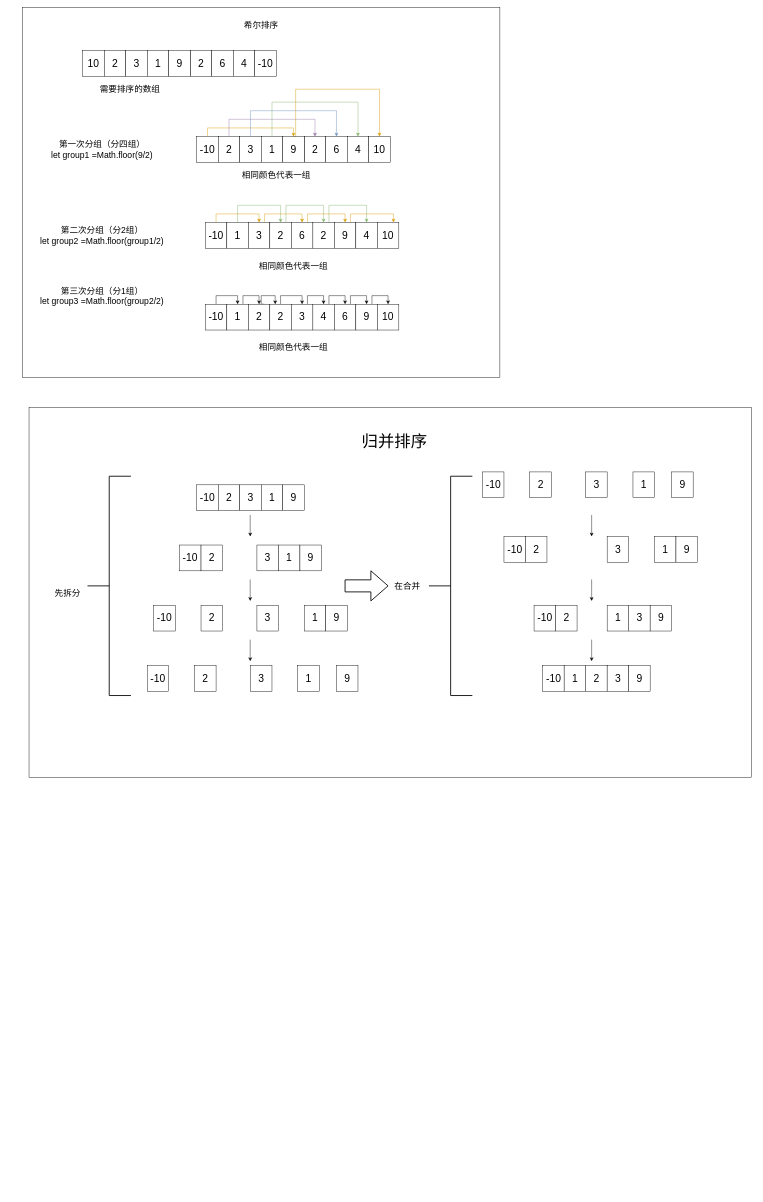
This is docs/process-graph/algorithm.drawio from huskyAreYouScared/blog, a draw.io file, before an edit. Source tidied: cells renumbered, new cells numbered last; positions are measured from the earlier drawing's top-left corner, leaving out a move shared by most shapes. Both pictures are drawn from the tidied source at 43%, with x=0, y=0 at pixel (7, 7).
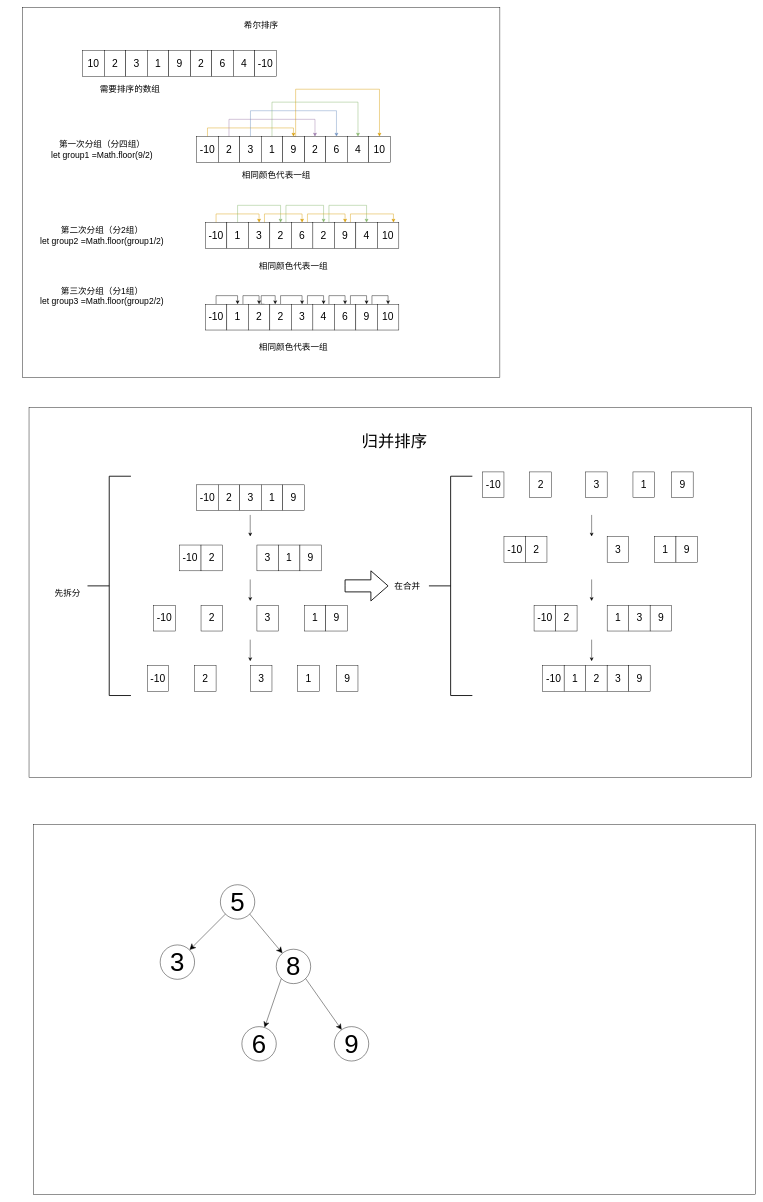
After the change.

Commit message (it also covers changes not shown here):
add tree structure new function

Diff of the diagram source:
```diff
@@
+    <mxCell id="121" style="rounded=0;whiteSpace=wrap;html=1;" parent="1" vertex="1">
+      <mxGeometry x="60" y="1900" width="1680" height="860" as="geometry" />
+    </mxCell>
+    <mxCell id="122" value="&lt;font style=&quot;font-size: 60px&quot;&gt;5&lt;/font&gt;" style="ellipse;whiteSpace=wrap;html=1;" parent="1" vertex="1">
+      <mxGeometry x="495" y="2040" width="80" height="80" as="geometry" />
+    </mxCell>
+    <mxCell id="123" value="&lt;span style=&quot;font-size: 60px&quot;&gt;3&lt;/span&gt;" style="ellipse;whiteSpace=wrap;html=1;" parent="1" vertex="1">
+      <mxGeometry x="355" y="2180" width="80" height="80" as="geometry" />
+    </mxCell>
+    <mxCell id="124" value="&lt;span style=&quot;font-size: 60px&quot;&gt;8&lt;/span&gt;" style="ellipse;whiteSpace=wrap;html=1;" parent="1" vertex="1">
+      <mxGeometry x="625" y="2190" width="80" height="80" as="geometry" />
+    </mxCell>
+    <mxCell id="125" value="&lt;span style=&quot;font-size: 60px&quot;&gt;6&lt;/span&gt;" style="ellipse;whiteSpace=wrap;html=1;" parent="1" vertex="1">
+      <mxGeometry x="545" y="2370" width="80" height="80" as="geometry" />
+    </mxCell>
+    <mxCell id="126" value="&lt;span style=&quot;font-size: 60px&quot;&gt;9&lt;/span&gt;" style="ellipse;whiteSpace=wrap;html=1;" parent="1" vertex="1">
+      <mxGeometry x="760" y="2370" width="80" height="80" as="geometry" />
+    </mxCell>
+    <mxCell id="127" style="endArrow=classic;html=1;entryX=1;entryY=0;entryDx=0;entryDy=0;exitX=0;exitY=1;exitDx=0;exitDy=0;endSize=12;" parent="1" edge="1" source="122" target="123">
+      <mxGeometry relative="1" as="geometry" />
+    </mxCell>
+    <mxCell id="128" style="endArrow=classic;html=1;exitX=1;exitY=1;exitDx=0;exitDy=0;endSize=12;" parent="1" edge="1" source="122" target="124">
+      <mxGeometry relative="1" as="geometry" />
+    </mxCell>
+    <mxCell id="129" style="endArrow=classic;html=1;exitX=1;exitY=1;exitDx=0;exitDy=0;endSize=11;" parent="1" edge="1" source="124" target="126">
+      <mxGeometry relative="1" as="geometry" />
+    </mxCell>
+    <mxCell id="130" style="endArrow=classic;html=1;exitX=0;exitY=1;exitDx=0;exitDy=0;endSize=11;" parent="1" edge="1" source="124" target="125">
+      <mxGeometry relative="1" as="geometry" />
+    </mxCell>
```
